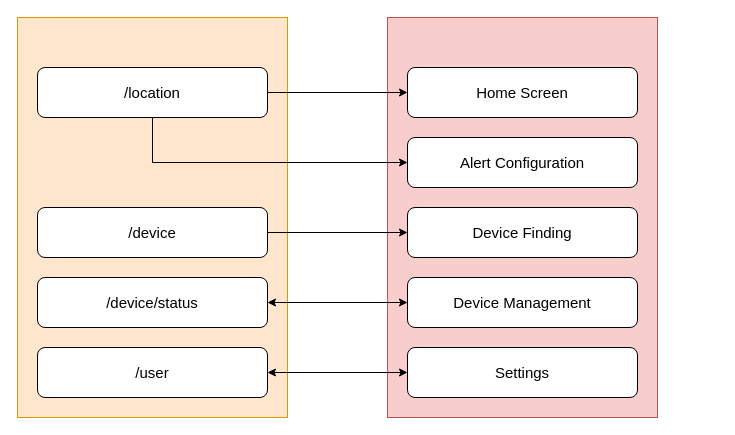
Before: Application.drawio in Child-Safety-Tracker/Diagrams, a draw.io diagram. Source tidied: cells renumbered, new cells numbered last; positions are measured from the earlier drawing's top-left corner, leaving out a move shared by most shapes. Both pictures are drawn from the tidied source at 100%, with x=0, y=0 at pixel (17, 17).
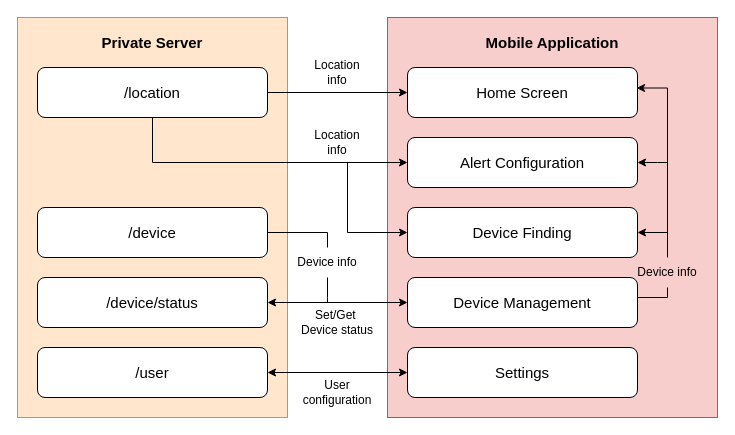
Above is the later version.

Unchanged cells that the change refers to:
```xml
<mxCell id="7" value="/device" style="rounded=1;whiteSpace=wrap;html=1;fontSize=15;" parent="1" vertex="1">
  <mxGeometry x="20" y="190" width="230" height="50" as="geometry" />
</mxCell>
<mxCell id="13" value="Home Screen" style="rounded=1;whiteSpace=wrap;html=1;fontSize=15;" parent="1" vertex="1">
  <mxGeometry x="390" y="50" width="230" height="50" as="geometry" />
</mxCell>
<mxCell id="14" value="Alert Configuration" style="rounded=1;whiteSpace=wrap;html=1;fontSize=15;" parent="1" vertex="1">
  <mxGeometry x="390" y="120" width="230" height="50" as="geometry" />
</mxCell>
<mxCell id="15" value="Device Finding" style="rounded=1;whiteSpace=wrap;html=1;fontSize=15;" parent="1" vertex="1">
  <mxGeometry x="390" y="190" width="230" height="50" as="geometry" />
</mxCell>
<mxCell id="16" value="Device Management" style="rounded=1;whiteSpace=wrap;html=1;fontSize=15;" parent="1" vertex="1">
  <mxGeometry x="390" y="260" width="230" height="50" as="geometry" />
</mxCell>
```

Change to the diagram source:
```diff
@@
     <mxCell id="2" style="rounded=0;whiteSpace=wrap;html=1;fillColor=#f8cecc;strokeColor=#b85450;fontSize=15;" parent="1" vertex="1">
-      <mxGeometry x="370" width="270" height="400" as="geometry" />
+      <mxGeometry x="370" width="330" height="400" as="geometry" />
     </mxCell>
@@
-    <mxCell id="6" style="edgeStyle=orthogonalEdgeStyle;rounded=0;jettySize=auto;html=1;entryX=0;entryY=0.5;entryDx=0;entryDy=0;" parent="1" edge="1" source="7" target="15">
-      <mxGeometry relative="1" as="geometry" />
-    </mxCell>
+    <mxCell id="18" style="edgeStyle=orthogonalEdgeStyle;rounded=0;jettySize=auto;html=1;endArrow=none;endFill=0;exitX=0.5;exitY=1;exitDx=0;exitDy=0;" parent="1" edge="1" source="28">
+      <mxGeometry relative="1" as="geometry">
+        <mxPoint x="310" y="285" as="targetPoint" />
+        <Array as="points">
+          <mxPoint x="310" y="280" />
+          <mxPoint x="310" y="280" />
+        </Array>
+      </mxGeometry>
+    </mxCell>
+    <mxCell id="19" style="edgeStyle=orthogonalEdgeStyle;rounded=0;jettySize=auto;html=1;entryX=0.5;entryY=0;entryDx=0;entryDy=0;endArrow=none;endFill=0;" parent="1" edge="1" source="7" target="28">
+      <mxGeometry relative="1" as="geometry">
+        <Array as="points">
+          <mxPoint x="310" y="215" />
+        </Array>
+      </mxGeometry>
+    </mxCell>
@@
+    <mxCell id="20" style="edgeStyle=orthogonalEdgeStyle;rounded=0;jettySize=auto;html=1;startArrow=classic;startFill=1;endArrow=none;endFill=0;" parent="1" edge="1" source="14">
+      <mxGeometry relative="1" as="geometry">
+        <mxPoint x="650" y="145" as="targetPoint" />
+      </mxGeometry>
+    </mxCell>
@@
+    <mxCell id="21" style="edgeStyle=orthogonalEdgeStyle;rounded=0;jettySize=auto;html=1;endArrow=none;endFill=0;startArrow=classic;startFill=1;" parent="1" edge="1" source="15">
+      <mxGeometry relative="1" as="geometry">
+        <mxPoint x="640" y="215" as="targetPoint" />
+        <Array as="points">
+          <mxPoint x="650" y="215" />
+          <mxPoint x="650" y="215" />
+        </Array>
+      </mxGeometry>
+    </mxCell>
@@
+    <mxCell id="22" style="edgeStyle=orthogonalEdgeStyle;rounded=0;jettySize=auto;html=1;entryX=0.5;entryY=1;entryDx=0;entryDy=0;endArrow=none;endFill=0;" parent="1" edge="1" source="16" target="30">
+      <mxGeometry relative="1" as="geometry">
+        <Array as="points">
+          <mxPoint x="650" y="280" />
+        </Array>
+      </mxGeometry>
+    </mxCell>
@@
+    <mxCell id="23" style="edgeStyle=orthogonalEdgeStyle;rounded=0;jettySize=auto;html=1;entryX=0.996;entryY=0.41;entryDx=0;entryDy=0;entryPerimeter=0;" parent="1" edge="1" source="30" target="13">
+      <mxGeometry relative="1" as="geometry" />
+    </mxCell>
+    <mxCell id="24" style="endArrow=classic;html=1;rounded=0;entryX=0;entryY=0.5;entryDx=0;entryDy=0;" parent="1" edge="1" target="15">
+      <mxGeometry relative="1" as="geometry">
+        <mxPoint x="330" y="145" as="sourcePoint" />
+        <Array as="points">
+          <mxPoint x="330" y="215" />
+        </Array>
+      </mxGeometry>
+    </mxCell>
+    <mxCell id="25" value="Location info" style="text;html=1;align=center;verticalAlign=middle;whiteSpace=wrap;rounded=0;" parent="1" vertex="1">
+      <mxGeometry x="290" y="40" width="60" height="30" as="geometry" />
+    </mxCell>
+    <mxCell id="26" value="Set/Get&amp;nbsp;&lt;div&gt;Device status&lt;/div&gt;" style="text;html=1;align=center;verticalAlign=middle;whiteSpace=wrap;rounded=0;" parent="1" vertex="1">
+      <mxGeometry x="275" y="290" width="90" height="30" as="geometry" />
+    </mxCell>
+    <mxCell id="27" value="User configuration" style="text;html=1;align=center;verticalAlign=middle;whiteSpace=wrap;rounded=0;" parent="1" vertex="1">
+      <mxGeometry x="275" y="360" width="90" height="30" as="geometry" />
+    </mxCell>
+    <mxCell id="28" value="Device info" style="text;html=1;align=center;verticalAlign=middle;whiteSpace=wrap;rounded=0;" parent="1" vertex="1">
+      <mxGeometry x="270" y="230" width="80" height="30" as="geometry" />
+    </mxCell>
+    <mxCell id="29" value="Location info" style="text;html=1;align=center;verticalAlign=middle;whiteSpace=wrap;rounded=0;" parent="1" vertex="1">
+      <mxGeometry x="290" y="110" width="60" height="30" as="geometry" />
+    </mxCell>
+    <mxCell id="30" value="Device info" style="text;html=1;align=center;verticalAlign=middle;whiteSpace=wrap;rounded=0;" parent="1" vertex="1">
+      <mxGeometry x="610" y="240" width="80" height="30" as="geometry" />
+    </mxCell>
+    <mxCell id="31" value="Private Server" style="text;html=1;align=center;verticalAlign=middle;whiteSpace=wrap;rounded=0;fontSize=15;fontStyle=1;" parent="1" vertex="1">
+      <mxGeometry x="65" y="10" width="140" height="30" as="geometry" />
+    </mxCell>
+    <mxCell id="32" value="Mobile Application" style="text;html=1;align=center;verticalAlign=middle;whiteSpace=wrap;rounded=0;fontSize=15;fontStyle=1;" parent="1" vertex="1">
+      <mxGeometry x="465" y="10" width="140" height="30" as="geometry" />
+    </mxCell>
```
